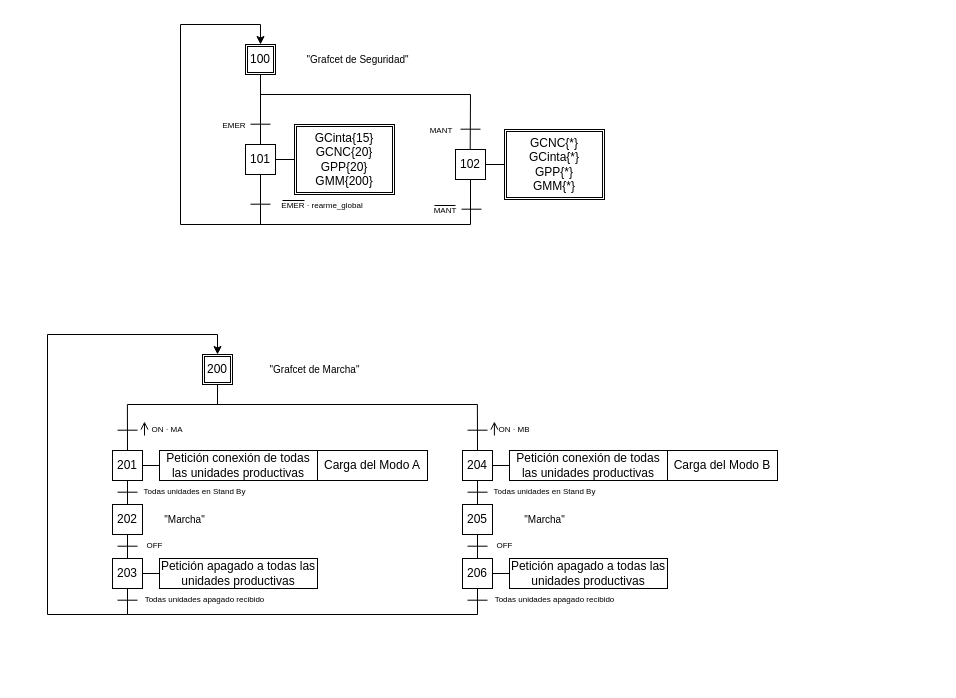
The draw.io diagram Trabajo_auto/Programacion/Grafcets/Globales/GEMER.drawio in JulianJH22/Forja_Automatica, before the edit. Source tidied: cells renumbered, new cells numbered last; positions are measured from the earlier drawing's top-left corner, leaving out a move shared by most shapes. Both pictures are drawn from the tidied source at 100%, with x=0, y=0 at pixel (47, 24).
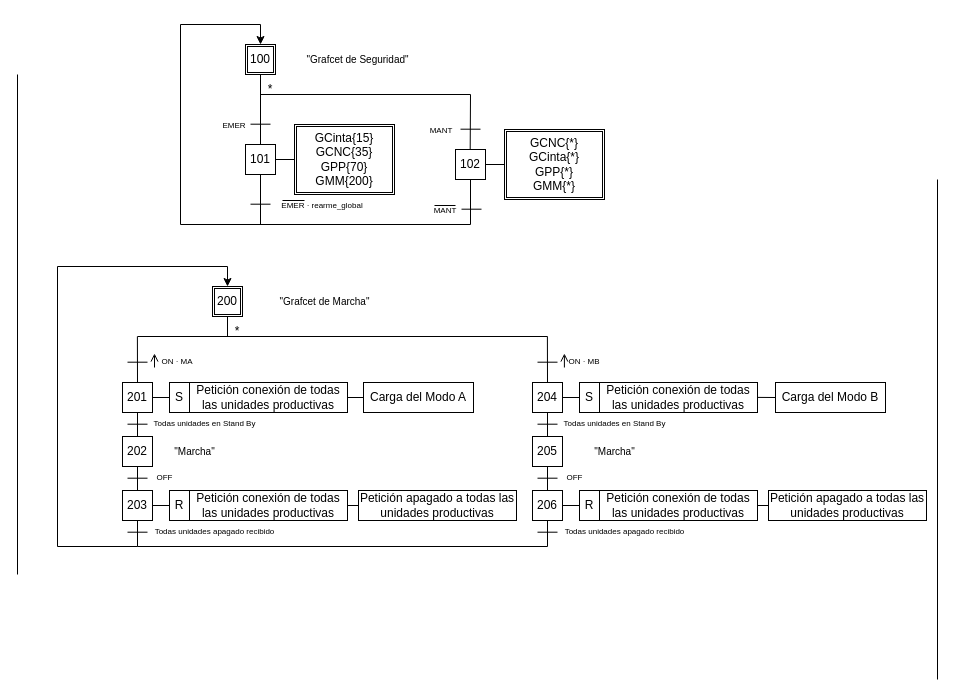
After the change.

The edit, as a diff of the source:
```diff
@@
-    <mxCell id="10" value="&lt;div&gt;GCinta{15}&lt;/div&gt;&lt;div&gt;GCNC{20}&lt;/div&gt;&lt;div&gt;GPP{20}&lt;/div&gt;&lt;div&gt;GMM{200}&lt;/div&gt;" style="shape=ext;double=1;rounded=0;whiteSpace=wrap;html=1;arcSize=10;" parent="1" vertex="1">
+    <mxCell id="10" value="&lt;div&gt;GCinta{15}&lt;/div&gt;&lt;div&gt;GCNC{35}&lt;/div&gt;&lt;div&gt;GPP{70}&lt;/div&gt;&lt;div&gt;GMM{200}&lt;/div&gt;" style="shape=ext;double=1;rounded=0;whiteSpace=wrap;html=1;arcSize=10;" parent="1" vertex="1">
       <mxGeometry x="247" y="100" width="100" height="70" as="geometry" />
     </mxCell>
@@
     <mxCell id="29" value="200" style="shape=ext;double=1;rounded=0;whiteSpace=wrap;html=1;arcSize=10;" parent="1" vertex="1">
-      <mxGeometry x="155" y="330" width="30" height="30" as="geometry" />
+      <mxGeometry x="165" y="262" width="30" height="30" as="geometry" />
     </mxCell>
     <mxCell id="30" style="endArrow=none;html=1;rounded=0;arcSize=10;" parent="1" edge="1">
       <mxGeometry relative="1" as="geometry">
-        <mxPoint x="70" y="405.7" as="sourcePoint" />
-        <mxPoint x="90" y="405.7" as="targetPoint" />
+        <mxPoint x="80" y="337.7" as="sourcePoint" />
+        <mxPoint x="100" y="337.7" as="targetPoint" />
       </mxGeometry>
     </mxCell>
     <mxCell id="31" value="&lt;font style=&quot;font-size: 8px;&quot;&gt;ON · MA&lt;/font&gt;" style="text;html=1;align=center;verticalAlign=middle;whiteSpace=wrap;rounded=0;arcSize=10;" parent="1" vertex="1">
-      <mxGeometry x="90" y="394" width="60" height="20" as="geometry" />
+      <mxGeometry x="100" y="326" width="60" height="20" as="geometry" />
     </mxCell>
     <mxCell id="32" value="&lt;font style=&quot;font-size: 10px;&quot;&gt;&quot;Grafcet de Marcha&quot;&lt;/font&gt;" style="text;html=1;align=center;verticalAlign=middle;whiteSpace=wrap;rounded=0;arcSize=10;" parent="1" vertex="1">
-      <mxGeometry x="210" y="330" width="115" height="30" as="geometry" />
+      <mxGeometry x="220" y="262" width="115" height="30" as="geometry" />
     </mxCell>
     <mxCell id="33" value="201" style="rounded=0;whiteSpace=wrap;html=1;arcSize=10;" parent="1" vertex="1">
-      <mxGeometry x="65" y="426" width="30" height="30" as="geometry" />
+      <mxGeometry x="75" y="358" width="30" height="30" as="geometry" />
     </mxCell>
     <mxCell id="34" style="endArrow=none;html=1;rounded=0;exitX=1;exitY=0.5;exitDx=0;exitDy=0;arcSize=10;" parent="1" edge="1" source="33">
       <mxGeometry relative="1" as="geometry">
-        <mxPoint x="115" y="441" as="targetPoint" />
+        <mxPoint x="125" y="373" as="targetPoint" />
       </mxGeometry>
     </mxCell>
     <mxCell id="35" style="endArrow=none;html=1;rounded=0;exitX=0.5;exitY=1;exitDx=0;exitDy=0;arcSize=10;" parent="1" edge="1">
       <mxGeometry relative="1" as="geometry">
-        <mxPoint x="80" y="456" as="sourcePoint" />
-        <mxPoint x="80" y="480" as="targetPoint" />
+        <mxPoint x="90" y="388" as="sourcePoint" />
+        <mxPoint x="90" y="412" as="targetPoint" />
       </mxGeometry>
     </mxCell>
     <mxCell id="36" style="endArrow=none;html=1;rounded=0;" parent="1" edge="1">
       <mxGeometry relative="1" as="geometry">
-        <mxPoint x="80" y="380" as="sourcePoint" />
-        <mxPoint x="430" y="380" as="targetPoint" />
+        <mxPoint x="90" y="312" as="sourcePoint" />
+        <mxPoint x="500" y="312" as="targetPoint" />
       </mxGeometry>
     </mxCell>
     <mxCell id="37" style="endArrow=none;html=1;rounded=0;" parent="1" edge="1">
       <mxGeometry relative="1" as="geometry">
-        <mxPoint y="590" as="sourcePoint" />
-        <mxPoint y="310" as="targetPoint" />
+        <mxPoint x="10" y="522" as="sourcePoint" />
+        <mxPoint x="10" y="242" as="targetPoint" />
       </mxGeometry>
     </mxCell>
     <mxCell id="38" style="endArrow=none;html=1;rounded=0;" parent="1" edge="1">
       <mxGeometry relative="1" as="geometry">
-        <mxPoint y="310" as="sourcePoint" />
-        <mxPoint x="170" y="310" as="targetPoint" />
+        <mxPoint x="10" y="242" as="sourcePoint" />
+        <mxPoint x="180" y="242" as="targetPoint" />
       </mxGeometry>
     </mxCell>
     <mxCell id="39" style="endArrow=classic;html=1;rounded=0;entryX=0.5;entryY=0;entryDx=0;entryDy=0;" parent="1" edge="1" target="29">
       <mxGeometry relative="1" as="geometry">
-        <mxPoint x="170" y="310" as="sourcePoint" />
+        <mxPoint x="180" y="242" as="sourcePoint" />
       </mxGeometry>
     </mxCell>
     <mxCell id="40" style="endArrow=none;html=1;rounded=0;arcSize=10;" parent="1" edge="1">
       <mxGeometry relative="1" as="geometry">
-        <mxPoint x="70" y="467.7" as="sourcePoint" />
-        <mxPoint x="90" y="467.7" as="targetPoint" />
+        <mxPoint x="80" y="399.7" as="sourcePoint" />
+        <mxPoint x="100" y="399.7" as="targetPoint" />
       </mxGeometry>
     </mxCell>
     <mxCell id="41" value="Petición conexión de todas las unidades productivas" style="rounded=0;whiteSpace=wrap;html=1;arcSize=10;" parent="1" vertex="1">
-      <mxGeometry x="112" y="426" width="158" height="30" as="geometry" />
+      <mxGeometry x="142" y="358" width="158" height="30" as="geometry" />
     </mxCell>
     <mxCell id="42" value="&lt;font style=&quot;font-size: 8px;&quot;&gt;Todas unidades en Stand By&lt;/font&gt;" style="text;html=1;align=center;verticalAlign=middle;whiteSpace=wrap;rounded=0;arcSize=10;" parent="1" vertex="1">
-      <mxGeometry x="95" y="456" width="105" height="20" as="geometry" />
+      <mxGeometry x="105" y="388" width="105" height="20" as="geometry" />
     </mxCell>
     <mxCell id="43" value="Carga del Modo A" style="rounded=0;whiteSpace=wrap;html=1;arcSize=10;" parent="1" vertex="1">
-      <mxGeometry x="270" y="426" width="110" height="30" as="geometry" />
+      <mxGeometry x="316" y="358" width="110" height="30" as="geometry" />
     </mxCell>
     <mxCell id="44" value="202" style="rounded=0;whiteSpace=wrap;html=1;arcSize=10;" parent="1" vertex="1">
-      <mxGeometry x="65" y="480" width="30" height="30" as="geometry" />
+      <mxGeometry x="75" y="412" width="30" height="30" as="geometry" />
     </mxCell>
     <mxCell id="45" style="endArrow=none;html=1;rounded=0;exitX=0.5;exitY=1;exitDx=0;exitDy=0;arcSize=10;" parent="1" edge="1">
       <mxGeometry relative="1" as="geometry">
-        <mxPoint x="80" y="510" as="sourcePoint" />
-        <mxPoint x="80" y="534" as="targetPoint" />
+        <mxPoint x="90" y="442" as="sourcePoint" />
+        <mxPoint x="90" y="466" as="targetPoint" />
       </mxGeometry>
     </mxCell>
     <mxCell id="46" style="endArrow=none;html=1;rounded=0;arcSize=10;" parent="1" edge="1">
       <mxGeometry relative="1" as="geometry">
-        <mxPoint x="70" y="521.7" as="sourcePoint" />
-        <mxPoint x="90" y="521.7" as="targetPoint" />
+        <mxPoint x="80" y="453.7" as="sourcePoint" />
+        <mxPoint x="100" y="453.7" as="targetPoint" />
       </mxGeometry>
     </mxCell>
     <mxCell id="47" value="&lt;font style=&quot;font-size: 8px;&quot;&gt;OFF&lt;/font&gt;" style="text;html=1;align=center;verticalAlign=middle;whiteSpace=wrap;rounded=0;arcSize=10;" parent="1" vertex="1">
-      <mxGeometry x="95" y="510" width="25" height="20" as="geometry" />
+      <mxGeometry x="105" y="442" width="25" height="20" as="geometry" />
     </mxCell>
     <mxCell id="48" value="203" style="rounded=0;whiteSpace=wrap;html=1;arcSize=10;" parent="1" vertex="1">
-      <mxGeometry x="65" y="534" width="30" height="30" as="geometry" />
+      <mxGeometry x="75" y="466" width="30" height="30" as="geometry" />
     </mxCell>
     <mxCell id="49" style="endArrow=none;html=1;rounded=0;exitX=0.5;exitY=1;exitDx=0;exitDy=0;arcSize=10;" parent="1" edge="1">
       <mxGeometry relative="1" as="geometry">
-        <mxPoint x="80" y="564" as="sourcePoint" />
-        <mxPoint x="80" y="590" as="targetPoint" />
+        <mxPoint x="90" y="496" as="sourcePoint" />
+        <mxPoint x="90" y="522" as="targetPoint" />
       </mxGeometry>
     </mxCell>
     <mxCell id="50" style="endArrow=none;html=1;rounded=0;arcSize=10;" parent="1" edge="1">
       <mxGeometry relative="1" as="geometry">
-        <mxPoint x="70" y="575.7" as="sourcePoint" />
-        <mxPoint x="90" y="575.7" as="targetPoint" />
+        <mxPoint x="80" y="507.7" as="sourcePoint" />
+        <mxPoint x="100" y="507.7" as="targetPoint" />
       </mxGeometry>
     </mxCell>
-    <mxCell id="51" style="endArrow=none;html=1;rounded=0;exitX=1;exitY=0.5;exitDx=0;exitDy=0;arcSize=10;" parent="1" edge="1">
-      <mxGeometry relative="1" as="geometry">
-        <mxPoint x="95" y="549" as="sourcePoint" />
-        <mxPoint x="115" y="549" as="targetPoint" />
-      </mxGeometry>
-    </mxCell>
     <mxCell id="52" value="Petición apagado a todas las unidades productivas" style="rounded=0;whiteSpace=wrap;html=1;arcSize=10;" parent="1" vertex="1">
-      <mxGeometry x="112" y="534" width="158" height="30" as="geometry" />
+      <mxGeometry x="311" y="466" width="158" height="30" as="geometry" />
     </mxCell>
     <mxCell id="53" value="&lt;font style=&quot;font-size: 8px;&quot;&gt;Todas unidades apagado recibido&lt;/font&gt;" style="text;html=1;align=center;verticalAlign=middle;whiteSpace=wrap;rounded=0;arcSize=10;" parent="1" vertex="1">
-      <mxGeometry x="95" y="564" width="125" height="20" as="geometry" />
+      <mxGeometry x="105" y="496" width="125" height="20" as="geometry" />
     </mxCell>
     <mxCell id="54" style="endArrow=none;html=1;rounded=0;" parent="1" edge="1">
       <mxGeometry relative="1" as="geometry">
-        <mxPoint y="590" as="sourcePoint" />
-        <mxPoint x="80" y="590" as="targetPoint" />
+        <mxPoint x="10" y="522" as="sourcePoint" />
+        <mxPoint x="90" y="522" as="targetPoint" />
       </mxGeometry>
     </mxCell>
     <mxCell id="55" style="endArrow=none;html=1;rounded=0;exitX=0.5;exitY=1;exitDx=0;exitDy=0;arcSize=10;entryX=0.5;entryY=0;entryDx=0;entryDy=0;" parent="1" edge="1" target="33">
       <mxGeometry relative="1" as="geometry">
-        <mxPoint x="79.9" y="380" as="sourcePoint" />
+        <mxPoint x="89.9" y="312" as="sourcePoint" />
       </mxGeometry>
     </mxCell>
     <mxCell id="56" style="endArrow=none;html=1;rounded=0;arcSize=10;" parent="1" edge="1">
       <mxGeometry relative="1" as="geometry">
-        <mxPoint x="420" y="405.7" as="sourcePoint" />
-        <mxPoint x="440" y="405.7" as="targetPoint" />
+        <mxPoint x="490" y="337.7" as="sourcePoint" />
+        <mxPoint x="510" y="337.7" as="targetPoint" />
       </mxGeometry>
     </mxCell>
     <mxCell id="57" value="&lt;font style=&quot;font-size: 8px;&quot;&gt;ON · MB&lt;/font&gt;" style="text;html=1;align=center;verticalAlign=middle;whiteSpace=wrap;rounded=0;arcSize=10;" parent="1" vertex="1">
-      <mxGeometry x="437" y="394" width="60" height="20" as="geometry" />
+      <mxGeometry x="507" y="326" width="60" height="20" as="geometry" />
     </mxCell>
     <mxCell id="58" value="204" style="rounded=0;whiteSpace=wrap;html=1;arcSize=10;" parent="1" vertex="1">
-      <mxGeometry x="415" y="426" width="30" height="30" as="geometry" />
+      <mxGeometry x="485" y="358" width="30" height="30" as="geometry" />
     </mxCell>
     <mxCell id="59" style="endArrow=none;html=1;rounded=0;exitX=1;exitY=0.5;exitDx=0;exitDy=0;arcSize=10;" parent="1" edge="1" source="58">
       <mxGeometry relative="1" as="geometry">
-        <mxPoint x="465" y="441" as="targetPoint" />
+        <mxPoint x="535" y="373" as="targetPoint" />
       </mxGeometry>
     </mxCell>
     <mxCell id="60" style="endArrow=none;html=1;rounded=0;exitX=0.5;exitY=1;exitDx=0;exitDy=0;arcSize=10;" parent="1" edge="1">
       <mxGeometry relative="1" as="geometry">
-        <mxPoint x="430" y="456" as="sourcePoint" />
-        <mxPoint x="430" y="480" as="targetPoint" />
+        <mxPoint x="500" y="388" as="sourcePoint" />
+        <mxPoint x="500" y="412" as="targetPoint" />
       </mxGeometry>
     </mxCell>
     <mxCell id="61" style="endArrow=none;html=1;rounded=0;" parent="1" edge="1">
       <mxGeometry relative="1" as="geometry">
-        <mxPoint x="80" y="590" as="sourcePoint" />
-        <mxPoint x="430" y="590" as="targetPoint" />
+        <mxPoint x="90" y="522" as="sourcePoint" />
+        <mxPoint x="500" y="522" as="targetPoint" />
       </mxGeometry>
     </mxCell>
     <mxCell id="62" style="endArrow=none;html=1;rounded=0;arcSize=10;" parent="1" edge="1">
       <mxGeometry relative="1" as="geometry">
-        <mxPoint x="420" y="467.7" as="sourcePoint" />
-        <mxPoint x="440" y="467.7" as="targetPoint" />
+        <mxPoint x="490" y="399.7" as="sourcePoint" />
+        <mxPoint x="510" y="399.7" as="targetPoint" />
       </mxGeometry>
     </mxCell>
     <mxCell id="63" value="Petición conexión de todas las unidades productivas" style="rounded=0;whiteSpace=wrap;html=1;arcSize=10;" parent="1" vertex="1">
-      <mxGeometry x="462" y="426" width="158" height="30" as="geometry" />
+      <mxGeometry x="552" y="358" width="158" height="30" as="geometry" />
     </mxCell>
     <mxCell id="64" value="&lt;font style=&quot;font-size: 8px;&quot;&gt;Todas unidades en Stand By&lt;/font&gt;" style="text;html=1;align=center;verticalAlign=middle;whiteSpace=wrap;rounded=0;arcSize=10;" parent="1" vertex="1">
-      <mxGeometry x="445" y="456" width="105" height="20" as="geometry" />
+      <mxGeometry x="515" y="388" width="105" height="20" as="geometry" />
     </mxCell>
     <mxCell id="65" value="Carga del Modo B" style="rounded=0;whiteSpace=wrap;html=1;arcSize=10;" parent="1" vertex="1">
-      <mxGeometry x="620" y="426" width="110" height="30" as="geometry" />
+      <mxGeometry x="728" y="358" width="110" height="30" as="geometry" />
     </mxCell>
     <mxCell id="66" value="205" style="rounded=0;whiteSpace=wrap;html=1;arcSize=10;" parent="1" vertex="1">
-      <mxGeometry x="415" y="480" width="30" height="30" as="geometry" />
+      <mxGeometry x="485" y="412" width="30" height="30" as="geometry" />
     </mxCell>
     <mxCell id="67" style="endArrow=none;html=1;rounded=0;exitX=0.5;exitY=1;exitDx=0;exitDy=0;arcSize=10;" parent="1" edge="1">
       <mxGeometry relative="1" as="geometry">
-        <mxPoint x="430" y="510" as="sourcePoint" />
-        <mxPoint x="430" y="534" as="targetPoint" />
+        <mxPoint x="500" y="442" as="sourcePoint" />
+        <mxPoint x="500" y="466" as="targetPoint" />
       </mxGeometry>
     </mxCell>
     <mxCell id="68" style="endArrow=none;html=1;rounded=0;arcSize=10;" parent="1" edge="1">
       <mxGeometry relative="1" as="geometry">
-        <mxPoint x="420" y="521.7" as="sourcePoint" />
-        <mxPoint x="440" y="521.7" as="targetPoint" />
+        <mxPoint x="490" y="453.7" as="sourcePoint" />
+        <mxPoint x="510" y="453.7" as="targetPoint" />
       </mxGeometry>
     </mxCell>
     <mxCell id="69" value="&lt;font style=&quot;font-size: 8px;&quot;&gt;OFF&lt;/font&gt;" style="text;html=1;align=center;verticalAlign=middle;whiteSpace=wrap;rounded=0;arcSize=10;" parent="1" vertex="1">
-      <mxGeometry x="445" y="510" width="25" height="20" as="geometry" />
+      <mxGeometry x="515" y="442" width="25" height="20" as="geometry" />
     </mxCell>
     <mxCell id="70" value="206" style="rounded=0;whiteSpace=wrap;html=1;arcSize=10;" parent="1" vertex="1">
-      <mxGeometry x="415" y="534" width="30" height="30" as="geometry" />
+      <mxGeometry x="485" y="466" width="30" height="30" as="geometry" />
     </mxCell>
     <mxCell id="71" style="endArrow=none;html=1;rounded=0;exitX=0.5;exitY=1;exitDx=0;exitDy=0;arcSize=10;" parent="1" edge="1">
       <mxGeometry relative="1" as="geometry">
-        <mxPoint x="430" y="564" as="sourcePoint" />
-        <mxPoint x="430" y="590" as="targetPoint" />
+        <mxPoint x="500" y="496" as="sourcePoint" />
+        <mxPoint x="500" y="522" as="targetPoint" />
       </mxGeometry>
     </mxCell>
     <mxCell id="72" style="endArrow=none;html=1;rounded=0;arcSize=10;" parent="1" edge="1">
       <mxGeometry relative="1" as="geometry">
-        <mxPoint x="420" y="575.7" as="sourcePoint" />
-        <mxPoint x="440" y="575.7" as="targetPoint" />
+        <mxPoint x="490" y="507.7" as="sourcePoint" />
+        <mxPoint x="510" y="507.7" as="targetPoint" />
       </mxGeometry>
     </mxCell>
-    <mxCell id="73" style="endArrow=none;html=1;rounded=0;exitX=1;exitY=0.5;exitDx=0;exitDy=0;arcSize=10;" parent="1" edge="1">
-      <mxGeometry relative="1" as="geometry">
-        <mxPoint x="445" y="549" as="sourcePoint" />
-        <mxPoint x="465" y="549" as="targetPoint" />
-      </mxGeometry>
-    </mxCell>
-    <mxCell id="74" value="Petición apagado a todas las unidades productivas" style="rounded=0;whiteSpace=wrap;html=1;arcSize=10;" parent="1" vertex="1">
-      <mxGeometry x="462" y="534" width="158" height="30" as="geometry" />
-    </mxCell>
     <mxCell id="75" value="&lt;font style=&quot;font-size: 8px;&quot;&gt;Todas unidades apagado recibido&lt;/font&gt;" style="text;html=1;align=center;verticalAlign=middle;whiteSpace=wrap;rounded=0;arcSize=10;" parent="1" vertex="1">
-      <mxGeometry x="445" y="564" width="125" height="20" as="geometry" />
+      <mxGeometry x="515" y="496" width="125" height="20" as="geometry" />
     </mxCell>
     <mxCell id="76" style="endArrow=none;html=1;rounded=0;exitX=0.5;exitY=1;exitDx=0;exitDy=0;arcSize=10;entryX=0.5;entryY=0;entryDx=0;entryDy=0;" parent="1" edge="1" target="58">
       <mxGeometry relative="1" as="geometry">
-        <mxPoint x="429.9" y="380" as="sourcePoint" />
+        <mxPoint x="499.9" y="312" as="sourcePoint" />
       </mxGeometry>
     </mxCell>
     <mxCell id="77" style="endArrow=none;html=1;rounded=0;entryX=0.5;entryY=1;entryDx=0;entryDy=0;" parent="1" edge="1" target="29">
       <mxGeometry relative="1" as="geometry">
-        <mxPoint x="170" y="380" as="sourcePoint" />
+        <mxPoint x="180" y="312" as="sourcePoint" />
       </mxGeometry>
     </mxCell>
     <mxCell id="78" style="endArrow=open;html=1;rounded=0;endFill=0;startSize=1;" parent="1" edge="1">
       <mxGeometry relative="1" as="geometry">
-        <mxPoint x="97" y="411" as="sourcePoint" />
-        <mxPoint x="97" y="397" as="targetPoint" />
+        <mxPoint x="107" y="343" as="sourcePoint" />
+        <mxPoint x="107" y="329" as="targetPoint" />
       </mxGeometry>
     </mxCell>
     <mxCell id="79" style="endArrow=open;html=1;rounded=0;endFill=0;startSize=1;" parent="1" edge="1">
       <mxGeometry relative="1" as="geometry">
-        <mxPoint x="446.9" y="411" as="sourcePoint" />
-        <mxPoint x="446.9" y="397" as="targetPoint" />
+        <mxPoint x="516.9" y="343" as="sourcePoint" />
+        <mxPoint x="516.9" y="329" as="targetPoint" />
       </mxGeometry>
     </mxCell>
     <mxCell id="80" value="&lt;font style=&quot;font-size: 10px;&quot;&gt;&quot;Marcha&quot;&lt;/font&gt;" style="text;html=1;align=center;verticalAlign=middle;whiteSpace=wrap;rounded=0;arcSize=10;" parent="1" vertex="1">
-      <mxGeometry x="80" y="480" width="115" height="30" as="geometry" />
+      <mxGeometry x="90" y="412" width="115" height="30" as="geometry" />
     </mxCell>
     <mxCell id="81" value="&lt;font style=&quot;font-size: 10px;&quot;&gt;&quot;Marcha&quot;&lt;/font&gt;" style="text;html=1;align=center;verticalAlign=middle;whiteSpace=wrap;rounded=0;arcSize=10;" parent="1" vertex="1">
-      <mxGeometry x="440" y="480" width="115" height="30" as="geometry" />
+      <mxGeometry x="510" y="412" width="115" height="30" as="geometry" />
     </mxCell>
+    <mxCell id="82" value="*" style="text;html=1;whiteSpace=wrap;strokeColor=none;fillColor=none;align=center;verticalAlign=middle;rounded=0;" parent="1" vertex="1">
+      <mxGeometry x="193" y="50" width="60" height="30" as="geometry" />
+    </mxCell>
+    <mxCell id="83" value="S" style="rounded=0;whiteSpace=wrap;html=1;arcSize=10;" parent="1" vertex="1">
+      <mxGeometry x="122" y="358" width="20" height="30" as="geometry" />
+    </mxCell>
+    <mxCell id="84" value="S" style="rounded=0;whiteSpace=wrap;html=1;arcSize=10;" parent="1" vertex="1">
+      <mxGeometry x="532" y="358" width="20" height="30" as="geometry" />
+    </mxCell>
+    <mxCell id="85" value="*" style="text;html=1;whiteSpace=wrap;strokeColor=none;fillColor=none;align=center;verticalAlign=middle;rounded=0;" parent="1" vertex="1">
+      <mxGeometry x="160" y="292" width="60" height="30" as="geometry" />
+    </mxCell>
+    <mxCell id="86" style="endArrow=none;html=1;rounded=0;exitX=1;exitY=0.5;exitDx=0;exitDy=0;entryX=0;entryY=0.5;entryDx=0;entryDy=0;" parent="1" edge="1" source="41" target="43">
+      <mxGeometry relative="1" as="geometry" />
+    </mxCell>
+    <mxCell id="87" style="endArrow=none;html=1;rounded=0;exitX=1;exitY=0.5;exitDx=0;exitDy=0;entryX=0;entryY=0.5;entryDx=0;entryDy=0;" parent="1" edge="1" target="65">
+      <mxGeometry relative="1" as="geometry">
+        <mxPoint x="710" y="372.9" as="sourcePoint" />
+      </mxGeometry>
+    </mxCell>
+    <mxCell id="88" style="endArrow=none;html=1;rounded=0;exitX=1;exitY=0.5;exitDx=0;exitDy=0;arcSize=10;" parent="1" edge="1">
+      <mxGeometry relative="1" as="geometry">
+        <mxPoint x="105" y="481" as="sourcePoint" />
+        <mxPoint x="125" y="481" as="targetPoint" />
+      </mxGeometry>
+    </mxCell>
+    <mxCell id="89" value="Petición conexión de todas las unidades productivas" style="rounded=0;whiteSpace=wrap;html=1;arcSize=10;" parent="1" vertex="1">
+      <mxGeometry x="142" y="466" width="158" height="30" as="geometry" />
+    </mxCell>
+    <mxCell id="90" value="R" style="rounded=0;whiteSpace=wrap;html=1;arcSize=10;" parent="1" vertex="1">
+      <mxGeometry x="122" y="466" width="20" height="30" as="geometry" />
+    </mxCell>
+    <mxCell id="91" style="endArrow=none;html=1;rounded=0;exitX=1;exitY=0.5;exitDx=0;exitDy=0;entryX=0;entryY=0.5;entryDx=0;entryDy=0;" parent="1" edge="1" source="89" target="52">
+      <mxGeometry relative="1" as="geometry" />
+    </mxCell>
+    <mxCell id="74" value="Petición apagado a todas las unidades productivas" style="rounded=0;whiteSpace=wrap;html=1;arcSize=10;" parent="1" vertex="1">
+      <mxGeometry x="721" y="466" width="158" height="30" as="geometry" />
+    </mxCell>
+    <mxCell id="92" style="endArrow=none;html=1;rounded=0;exitX=1;exitY=0.5;exitDx=0;exitDy=0;arcSize=10;" parent="1" edge="1">
+      <mxGeometry relative="1" as="geometry">
+        <mxPoint x="515" y="481" as="sourcePoint" />
+        <mxPoint x="535" y="481" as="targetPoint" />
+      </mxGeometry>
+    </mxCell>
+    <mxCell id="93" value="Petición conexión de todas las unidades productivas" style="rounded=0;whiteSpace=wrap;html=1;arcSize=10;" parent="1" vertex="1">
+      <mxGeometry x="552" y="466" width="158" height="30" as="geometry" />
+    </mxCell>
+    <mxCell id="94" value="R" style="rounded=0;whiteSpace=wrap;html=1;arcSize=10;" parent="1" vertex="1">
+      <mxGeometry x="532" y="466" width="20" height="30" as="geometry" />
+    </mxCell>
+    <mxCell id="95" style="endArrow=none;html=1;rounded=0;exitX=1;exitY=0.5;exitDx=0;exitDy=0;entryX=0;entryY=0.5;entryDx=0;entryDy=0;" parent="1" edge="1" source="93" target="74">
+      <mxGeometry relative="1" as="geometry" />
+    </mxCell>
+    <mxCell id="96" style="endArrow=none;html=1;rounded=0;" parent="1" edge="1">
+      <mxGeometry relative="1" as="geometry">
+        <mxPoint x="-30" y="550" as="sourcePoint" />
+        <mxPoint x="-30" y="50" as="targetPoint" />
+      </mxGeometry>
+    </mxCell>
+    <mxCell id="97" style="endArrow=none;html=1;rounded=0;" parent="1" edge="1">
+      <mxGeometry relative="1" as="geometry">
+        <mxPoint x="890" y="655" as="sourcePoint" />
+        <mxPoint x="890" y="155" as="targetPoint" />
+      </mxGeometry>
+    </mxCell>
```
